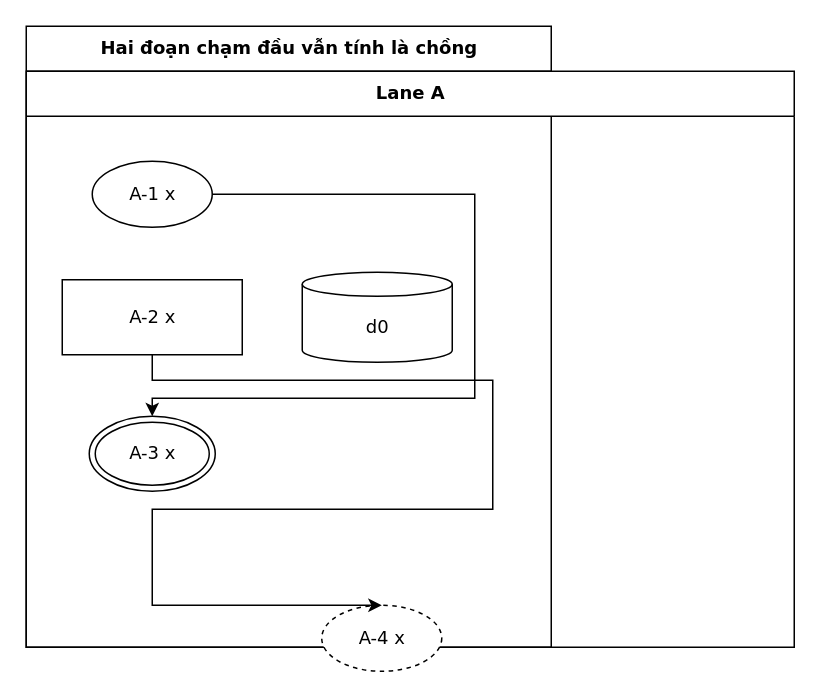
The draw.io diagram conformance/merge/fuzz-35/flow.drawio in luytbq/flowcast, before the edit. Source tidied: cells renumbered, new cells numbered last; positions are measured from the earlier drawing's top-left corner, leaving out a move shared by most shapes. Both pictures are drawn from the tidied source at 150%, with x=0, y=0 at pixel (26, 26).
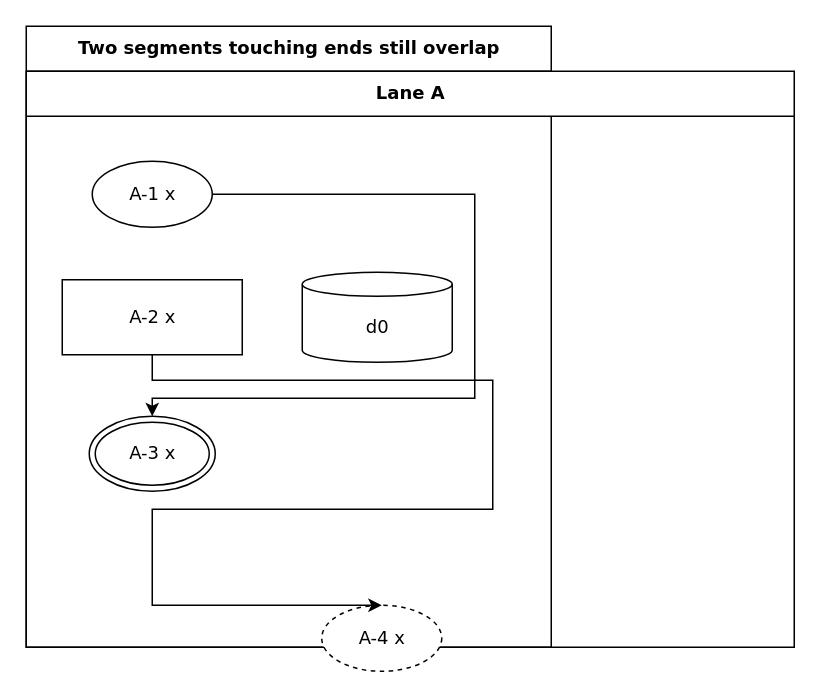
After the change.

What changed in the source:
```diff
@@
 <mxGraphModel>
   <root>
     <mxCell id="0" />
     <mxCell id="1" parent="0" />
-    <mxCell id="2" value="Hai đoạn chạm đầu vẫn tính là chồng" style="swimlane;html=1;startSize=30;fontStyle=1;fontFamily=Verdana;fontSize=12;flowtable=1;" parent="1" vertex="1">
+    <mxCell id="2" value="Two segments touching ends still overlap" style="swimlane;html=1;startSize=30;fontStyle=1;fontFamily=Verdana;fontSize=12;flowtable=1;" parent="1" vertex="1">
       <mxGeometry width="350" height="414" as="geometry" />
     </mxCell>
     <mxCell id="3" value="Lane A" style="swimlane;html=1;startSize=30;fontFamily=Verdana;fontSize=12;flowtable=1;" parent="2" vertex="1">
       <mxGeometry y="30" width="512" height="384" as="geometry" />
     </mxCell>
     <mxCell id="4" value="A-1 x" style="ellipse;html=1;fontFamily=Verdana;fontSize=12;" parent="3" vertex="1">
       <mxGeometry x="44" y="60" width="80" height="44" as="geometry" />
     </mxCell>
     <mxCell id="5" value="A-2 x" style="rounded=0;html=1;fontFamily=Verdana;fontSize=12;flowtable=1;" parent="3" vertex="1">
       <mxGeometry x="24" y="139" width="120" height="50" as="geometry" />
     </mxCell>
     <mxCell id="6" value="d0" style="shape=cylinder3;html=1;boundedLbl=1;backgroundOutline=1;size=8;fontFamily=Verdana;fontSize=12;flowtable=1;" parent="3" vertex="1">
       <mxGeometry x="184" y="134" width="100" height="60" as="geometry" />
     </mxCell>
     <mxCell id="7" value="A-3 x" style="shape=doubleEllipse;html=1;fontFamily=Verdana;fontSize=12;flowtable=1;" parent="3" vertex="1">
       <mxGeometry x="42" y="230" width="84" height="50" as="geometry" />
     </mxCell>
     <mxCell id="8" value="A-4 x" style="ellipse;html=1;dashed=1;fontFamily=Verdana;fontSize=12;flowtable=1;" parent="3" vertex="1">
       <mxGeometry x="197" y="356" width="80" height="44" as="geometry" />
     </mxCell>
     <mxCell id="9" style="edgeStyle=orthogonalEdgeStyle;rounded=0;jettySize=auto;html=1;labelBackgroundColor=default;exitX=1;exitY=0.5;exitDx=0;exitDy=0;entryX=0.5;entryY=0;entryDx=0;entryDy=0;fontFamily=Verdana;fontSize=12;flowtable=1;" parent="2" edge="1" source="4" target="7">
       <mxGeometry relative="1" as="geometry">
         <Array as="points">
           <mxPoint x="299" y="112" />
           <mxPoint x="299" y="248" />
           <mxPoint x="84" y="248" />
         </Array>
       </mxGeometry>
     </mxCell>
     <mxCell id="10" style="edgeStyle=orthogonalEdgeStyle;rounded=0;jettySize=auto;html=1;labelBackgroundColor=default;exitX=0.5;exitY=1;exitDx=0;exitDy=0;entryX=0.5;entryY=0;entryDx=0;entryDy=0;fontFamily=Verdana;fontSize=12;flowtable=1;" parent="2" edge="1" source="5" target="8">
       <mxGeometry relative="1" as="geometry">
         <Array as="points">
           <mxPoint x="84" y="236" />
           <mxPoint x="311" y="236" />
           <mxPoint x="311" y="322" />
           <mxPoint x="84" y="322" />
         </Array>
       </mxGeometry>
     </mxCell>
   </root>
 </mxGraphModel>
```
